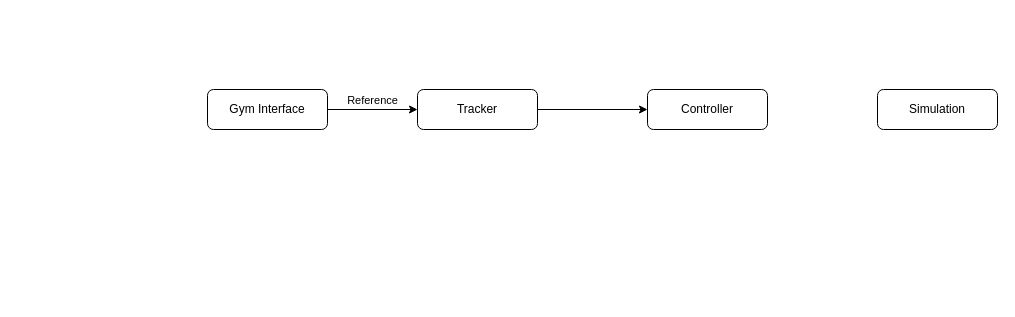
Above: Untitled Diagram.drawio in Gaoyuan-Liu/debug (draw.io), before the change. Source tidied: cells renumbered, new cells numbered last; positions are measured from the earlier drawing's top-left corner, leaving out a move shared by most shapes. Both pictures are drawn from the tidied source at 100%, with x=0, y=0 at pixel (207, 89).
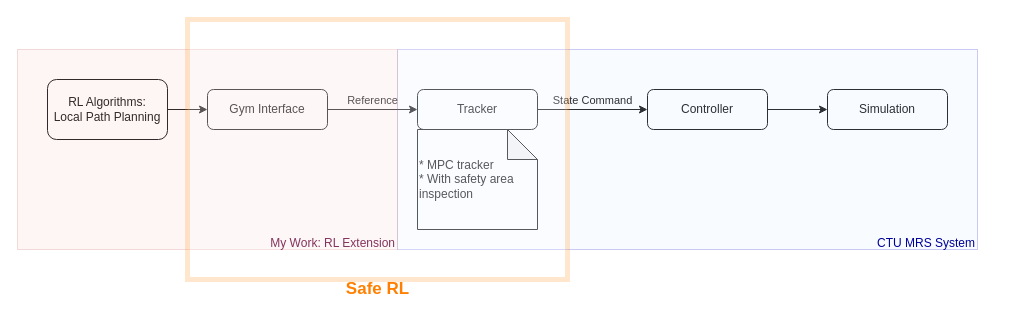
Above is the later version.

The edit, as a diff of the source:
```diff
@@
 <mxGraphModel>
   <root>
     <mxCell id="0" />
     <mxCell id="1" parent="0" />
     <mxCell id="2" value="Reference" style="edgeStyle=orthogonalEdgeStyle;rounded=0;jettySize=auto;html=1;verticalAlign=bottom;" parent="1" edge="1" source="3" target="5">
       <mxGeometry relative="1" as="geometry" />
     </mxCell>
     <mxCell id="3" value="Gym Interface" style="rounded=1;whiteSpace=wrap;html=1;fontSize=12;glass=0;strokeWidth=1;shadow=0;" parent="1" vertex="1">
       <mxGeometry width="120" height="40" as="geometry" />
     </mxCell>
-    <mxCell id="4" style="edgeStyle=orthogonalEdgeStyle;rounded=0;jettySize=auto;html=1;" parent="1" edge="1" source="5" target="6">
+    <mxCell id="4" value="State Command" style="edgeStyle=orthogonalEdgeStyle;rounded=0;jettySize=auto;html=1;verticalAlign=bottom;" parent="1" edge="1" source="5" target="6">
       <mxGeometry relative="1" as="geometry" />
     </mxCell>
     <mxCell id="5" value="Tracker" style="rounded=1;whiteSpace=wrap;html=1;fontSize=12;glass=0;strokeWidth=1;shadow=0;" parent="1" vertex="1">
       <mxGeometry x="210" width="120" height="40" as="geometry" />
     </mxCell>
+    <mxCell id="8" style="edgeStyle=orthogonalEdgeStyle;rounded=0;jettySize=auto;html=1;" parent="1" edge="1" source="6" target="7">
+      <mxGeometry relative="1" as="geometry" />
+    </mxCell>
     <mxCell id="6" value="Controller" style="rounded=1;whiteSpace=wrap;html=1;fontSize=12;glass=0;strokeWidth=1;shadow=0;" parent="1" vertex="1">
       <mxGeometry x="440" width="120" height="40" as="geometry" />
     </mxCell>
     <mxCell id="7" value="Simulation" style="rounded=1;whiteSpace=wrap;html=1;fontSize=12;glass=0;strokeWidth=1;shadow=0;" parent="1" vertex="1">
-      <mxGeometry x="670" width="120" height="40" as="geometry" />
+      <mxGeometry x="620" width="120" height="40" as="geometry" />
     </mxCell>
+    <mxCell id="9" value="&lt;span&gt;* MPC tracker&lt;/span&gt;&lt;br&gt;&lt;span&gt;* With safety area inspection&lt;/span&gt;" style="shape=note;whiteSpace=wrap;html=1;backgroundOutline=1;darkOpacity=0.05;align=left;" parent="1" vertex="1">
+      <mxGeometry x="210" y="40" width="120" height="100" as="geometry" />
+    </mxCell>
+    <mxCell id="10" value="&lt;blockquote style=&quot;margin: 0px 0px 0px 40px ; border: none ; padding: 0px&quot;&gt;&lt;br&gt;&lt;/blockquote&gt;&lt;blockquote style=&quot;margin: 0px 0px 0px 40px ; border: none ; padding: 0px&quot;&gt;&lt;br&gt;&lt;/blockquote&gt;&lt;blockquote style=&quot;margin: 0px 0px 0px 40px ; border: none ; padding: 0px&quot;&gt;&lt;br&gt;&lt;/blockquote&gt;&lt;blockquote style=&quot;margin: 0px 0px 0px 40px ; border: none ; padding: 0px&quot;&gt;&lt;br&gt;&lt;/blockquote&gt;&lt;blockquote style=&quot;margin: 0px 0px 0px 40px ; border: none ; padding: 0px&quot;&gt;&lt;br&gt;&lt;/blockquote&gt;&lt;blockquote style=&quot;margin: 0px 0px 0px 40px ; border: none ; padding: 0px&quot;&gt;&lt;br&gt;&lt;/blockquote&gt;&lt;blockquote style=&quot;margin: 0px 0px 0px 40px ; border: none ; padding: 0px&quot;&gt;&lt;br&gt;&lt;/blockquote&gt;&lt;blockquote style=&quot;margin: 0px 0px 0px 40px ; border: none ; padding: 0px&quot;&gt;&lt;br&gt;&lt;/blockquote&gt;&lt;blockquote style=&quot;margin: 0px 0px 0px 40px ; border: none ; padding: 0px&quot;&gt;&lt;br&gt;&lt;/blockquote&gt;&lt;blockquote style=&quot;margin: 0px 0px 0px 40px ; border: none ; padding: 0px&quot;&gt;&lt;br&gt;&lt;/blockquote&gt;&lt;blockquote style=&quot;margin: 0px 0px 0px 40px ; border: none ; padding: 0px&quot;&gt;&lt;br&gt;&lt;/blockquote&gt;&lt;blockquote style=&quot;margin: 0px 0px 0px 40px ; border: none ; padding: 0px&quot;&gt;&lt;br&gt;&lt;/blockquote&gt;&lt;blockquote style=&quot;margin: 0px 0px 0px 40px ; border: none ; padding: 0px&quot;&gt;&lt;br&gt;&lt;/blockquote&gt;&lt;blockquote style=&quot;margin: 0px 0px 0px 40px ; border: none ; padding: 0px&quot;&gt;&lt;font color=&quot;#000099&quot;&gt;CTU MRS System&lt;/font&gt;&lt;/blockquote&gt;" style="rounded=0;whiteSpace=wrap;html=1;fillColor=#dae8fc;opacity=20;strokeColor=#0000CC;align=right;" parent="1" vertex="1">
+      <mxGeometry x="190" y="-40" width="580" height="200" as="geometry" />
+    </mxCell>
+    <mxCell id="11" style="edgeStyle=orthogonalEdgeStyle;rounded=0;jettySize=auto;html=1;" parent="1" edge="1" source="12" target="3">
+      <mxGeometry relative="1" as="geometry" />
+    </mxCell>
+    <mxCell id="12" value="RL Algorithms:&lt;br&gt;Local Path Planning" style="rounded=1;whiteSpace=wrap;html=1;gradientColor=none;strokeColor=#000003;" parent="1" vertex="1">
+      <mxGeometry x="-160" y="-10" width="120" height="60" as="geometry" />
+    </mxCell>
+    <mxCell id="13" value="&lt;div&gt;&lt;span&gt;&lt;br&gt;&lt;/span&gt;&lt;/div&gt;&lt;div&gt;&lt;span&gt;&lt;br&gt;&lt;/span&gt;&lt;/div&gt;&lt;div&gt;&lt;span&gt;&lt;br&gt;&lt;/span&gt;&lt;/div&gt;&lt;div&gt;&lt;span&gt;&lt;br&gt;&lt;/span&gt;&lt;/div&gt;&lt;div&gt;&lt;span&gt;&lt;br&gt;&lt;/span&gt;&lt;/div&gt;&lt;div&gt;&lt;span&gt;&lt;br&gt;&lt;/span&gt;&lt;/div&gt;&lt;div&gt;&lt;span&gt;&lt;br&gt;&lt;/span&gt;&lt;/div&gt;&lt;div&gt;&lt;span&gt;&lt;br&gt;&lt;/span&gt;&lt;/div&gt;&lt;div&gt;&lt;span&gt;&lt;br&gt;&lt;/span&gt;&lt;/div&gt;&lt;div&gt;&lt;span&gt;&lt;br&gt;&lt;/span&gt;&lt;/div&gt;&lt;div&gt;&lt;span&gt;&lt;br&gt;&lt;/span&gt;&lt;/div&gt;&lt;div&gt;&lt;span&gt;&lt;br&gt;&lt;/span&gt;&lt;/div&gt;&lt;div&gt;&lt;span&gt;&lt;br&gt;&lt;/span&gt;&lt;/div&gt;&lt;div&gt;&lt;span&gt;&lt;font color=&quot;#660033&quot;&gt;My Work: RL Extension&lt;/font&gt;&lt;/span&gt;&lt;/div&gt;" style="rounded=0;whiteSpace=wrap;html=1;strokeColor=#b85450;opacity=20;fillColor=#f8cecc;align=right;" parent="1" vertex="1">
+      <mxGeometry x="-190" y="-40" width="380" height="200" as="geometry" />
+    </mxCell>
+    <mxCell id="14" style="rounded=0;whiteSpace=wrap;html=1;gradientColor=none;opacity=20;strokeWidth=5;strokeColor=#FF8000;" parent="1" vertex="1">
+      <mxGeometry x="-20" y="-70" width="380" height="260" as="geometry" />
+    </mxCell>
+    <mxCell id="15" value="&lt;b&gt;&lt;font style=&quot;font-size: 17px&quot; color=&quot;#ff8000&quot;&gt;Safe RL&lt;/font&gt;&lt;/b&gt;" style="text;html=1;align=center;verticalAlign=middle;" parent="1" vertex="1">
+      <mxGeometry x="130" y="190" width="80" height="20" as="geometry" />
+    </mxCell>
   </root>
 </mxGraphModel>
```
